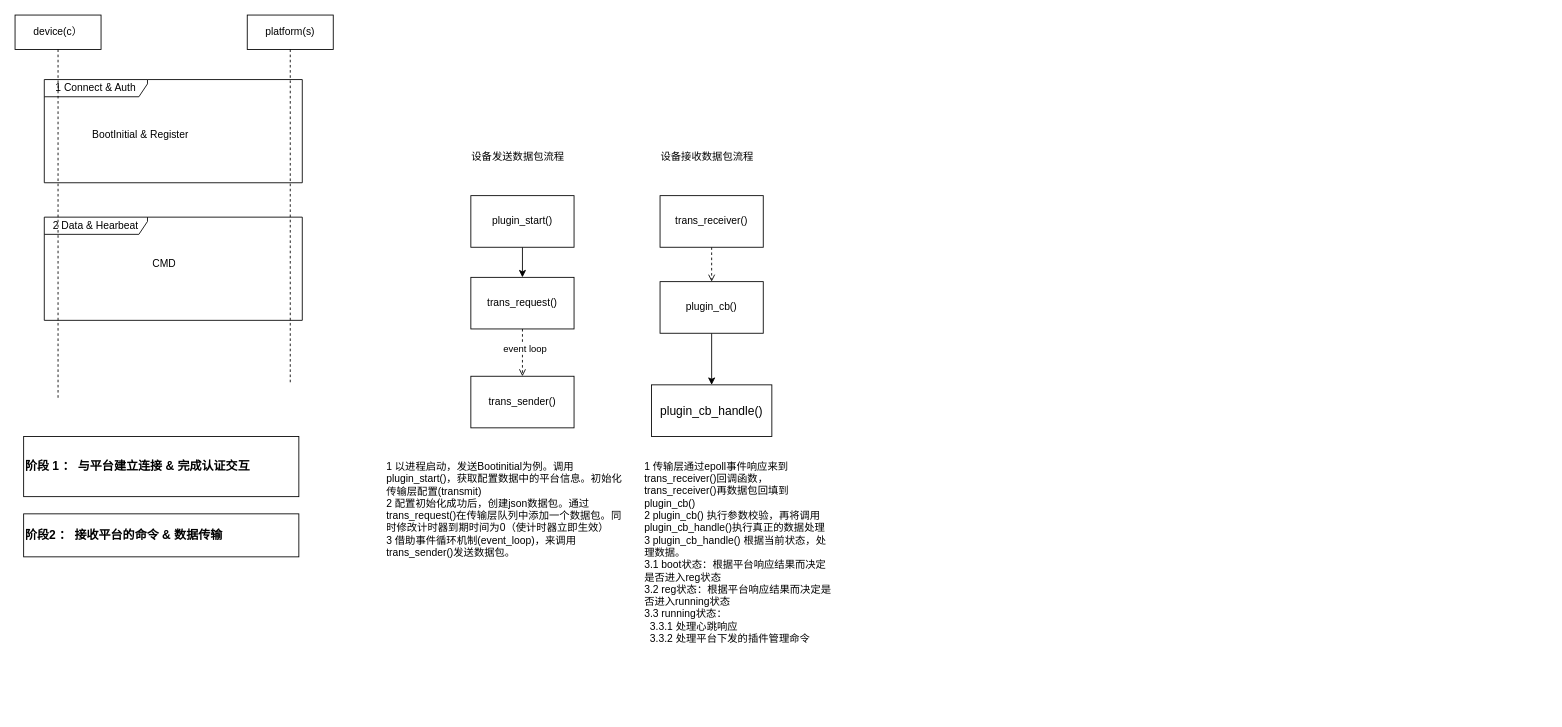
The draw.io diagram page "sequence" (1 of 3) of gw-mtk/mobile_manager.drawio in waterwatermelon/graph, before the edit. Source tidied: cells renumbered, new cells numbered last; positions are measured from the earlier drawing's top-left corner, leaving out a move shared by most shapes. Both pictures are drawn from the tidied source at 86%, with x=0, y=0 at pixel (15, 15).
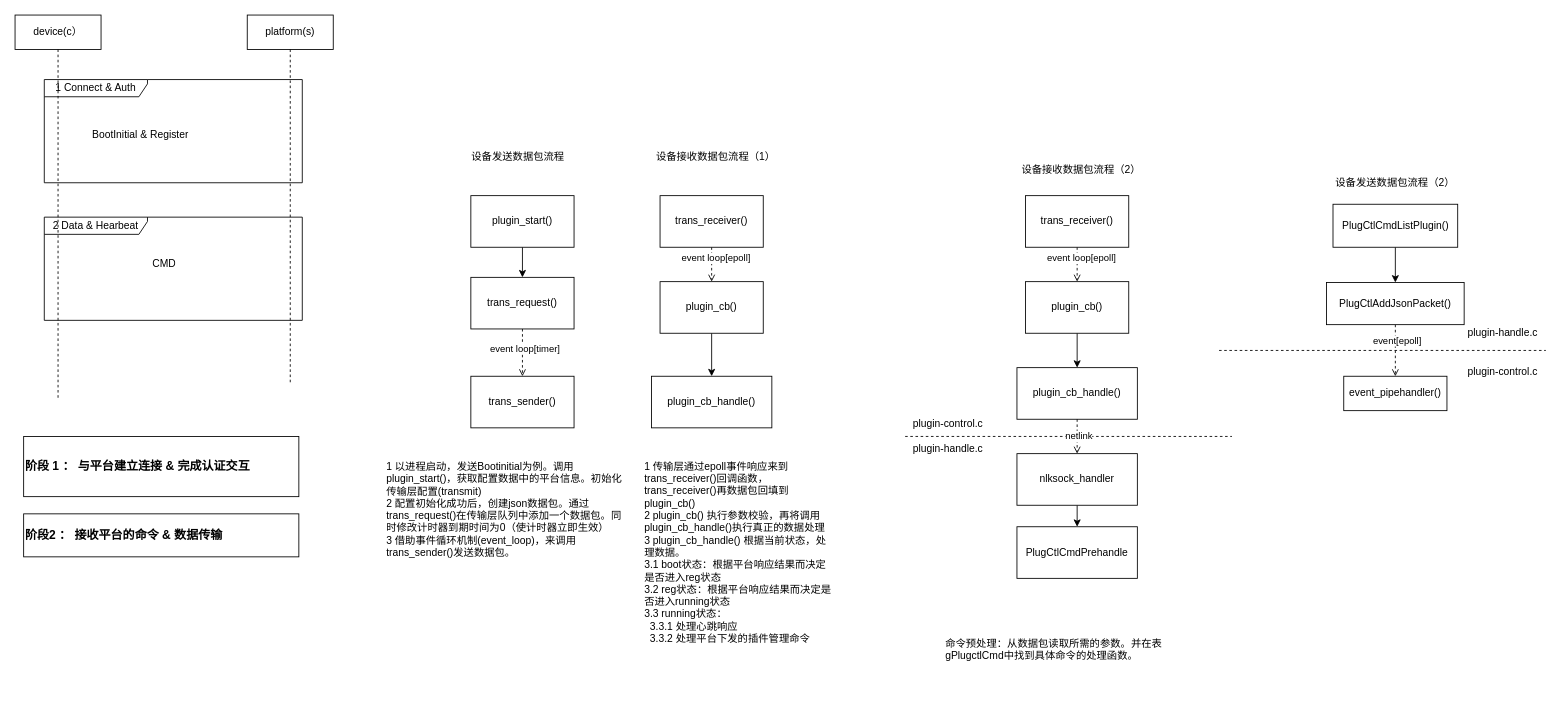
The same page after the edit.

The change refers to these unchanged cells:
```xml
<mxCell id="14" style="edgeStyle=orthogonalEdgeStyle;rounded=0;jettySize=auto;html=1;exitX=0.5;exitY=1;exitDx=0;exitDy=0;entryX=0.5;entryY=0;entryDx=0;entryDy=0;dashed=1;endArrow=open;endFill=0;" parent="1" edge="1" source="16" target="17">
  <mxGeometry relative="1" as="geometry" />
</mxCell>
<mxCell id="18" style="edgeStyle=orthogonalEdgeStyle;rounded=0;jettySize=auto;html=1;exitX=0.5;exitY=1;exitDx=0;exitDy=0;entryX=0.5;entryY=0;entryDx=0;entryDy=0;dashed=1;endArrow=open;endFill=0;" parent="1" edge="1" source="19" target="21">
  <mxGeometry relative="1" as="geometry" />
</mxCell>
```

Change to the diagram source:
```diff
@@
-    <mxCell id="15" value="event loop" style="edgeLabel;html=1;align=center;verticalAlign=middle;" parent="14" vertex="1">
+    <mxCell id="15" value="event loop[timer]" style="edgeLabel;html=1;align=center;verticalAlign=middle;" parent="14" vertex="1">
       <mxGeometry x="-0.2" y="2" relative="1" as="geometry" />
     </mxCell>
@@
+    <mxCell id="27" value="event loop[epoll]" style="edgeLabel;html=1;align=center;verticalAlign=middle;" parent="18" vertex="1">
+      <mxGeometry x="-0.4" y="4" relative="1" as="geometry" />
+    </mxCell>
@@
-    <mxCell id="22" value="&lt;div style=&quot;font-size: 14px; line-height: 19px;&quot;&gt;plugin_cb_handle()&lt;/div&gt;" style="rounded=0;whiteSpace=wrap;html=1;" parent="1" vertex="1">
-      <mxGeometry x="740" y="430" width="140" height="60" as="geometry" />
+    <mxCell id="22" value="&lt;div style=&quot;line-height: 19px;&quot;&gt;&lt;font style=&quot;font-size: 12px;&quot;&gt;plugin_cb_handle()&lt;/font&gt;&lt;/div&gt;" style="rounded=0;whiteSpace=wrap;html=1;" parent="1" vertex="1">
+      <mxGeometry x="740" y="420" width="140" height="60" as="geometry" />
     </mxCell>
@@
-    <mxCell id="24" value="设备接收数据包流程" style="text;html=1;strokeColor=none;fillColor=none;align=center;verticalAlign=middle;whiteSpace=wrap;rounded=0;" parent="1" vertex="1">
-      <mxGeometry x="740" y="150" width="130" height="30" as="geometry" />
+    <mxCell id="24" value="设备接收数据包流程（1）" style="text;html=1;strokeColor=none;fillColor=none;align=center;verticalAlign=middle;whiteSpace=wrap;rounded=0;" parent="1" vertex="1">
+      <mxGeometry x="740" y="150" width="150" height="30" as="geometry" />
     </mxCell>
@@
+    <mxCell id="28" style="edgeStyle=orthogonalEdgeStyle;rounded=0;jettySize=auto;html=1;exitX=0.5;exitY=1;exitDx=0;exitDy=0;entryX=0.5;entryY=0;entryDx=0;entryDy=0;dashed=1;endArrow=open;endFill=0;" parent="1" edge="1" source="30" target="32">
+      <mxGeometry relative="1" as="geometry" />
+    </mxCell>
+    <mxCell id="29" value="event loop[epoll]" style="edgeLabel;html=1;align=center;verticalAlign=middle;" parent="28" vertex="1">
+      <mxGeometry x="-0.4" y="4" relative="1" as="geometry" />
+    </mxCell>
+    <mxCell id="30" value="trans_receiver()" style="rounded=0;whiteSpace=wrap;html=1;" parent="1" vertex="1">
+      <mxGeometry x="1175" y="210" width="120" height="60" as="geometry" />
+    </mxCell>
+    <mxCell id="31" style="edgeStyle=orthogonalEdgeStyle;rounded=0;jettySize=auto;html=1;exitX=0.5;exitY=1;exitDx=0;exitDy=0;entryX=0.5;entryY=0;entryDx=0;entryDy=0;" parent="1" edge="1" source="32" target="33">
+      <mxGeometry relative="1" as="geometry" />
+    </mxCell>
+    <mxCell id="32" value="plugin_cb()" style="rounded=0;whiteSpace=wrap;html=1;" parent="1" vertex="1">
+      <mxGeometry x="1175" y="310" width="120" height="60" as="geometry" />
+    </mxCell>
+    <mxCell id="33" value="&lt;div style=&quot;line-height: 19px;&quot;&gt;&lt;font style=&quot;font-size: 12px;&quot;&gt;plugin_cb_handle()&lt;/font&gt;&lt;/div&gt;" style="rounded=0;whiteSpace=wrap;html=1;" parent="1" vertex="1">
+      <mxGeometry x="1165" y="410" width="140" height="60" as="geometry" />
+    </mxCell>
+    <mxCell id="34" value="设备接收数据包流程（2）" style="text;html=1;strokeColor=none;fillColor=none;align=center;verticalAlign=middle;whiteSpace=wrap;rounded=0;" parent="1" vertex="1">
+      <mxGeometry x="1165" y="165" width="150" height="30" as="geometry" />
+    </mxCell>
+    <mxCell id="35" style="endArrow=none;dashed=1;html=1;rounded=0;" parent="1" edge="1">
+      <mxGeometry relative="1" as="geometry">
+        <mxPoint x="1035" y="490" as="sourcePoint" />
+        <mxPoint x="1415" y="490" as="targetPoint" />
+      </mxGeometry>
+    </mxCell>
+    <mxCell id="36" style="edgeStyle=orthogonalEdgeStyle;rounded=0;jettySize=auto;html=1;exitX=0.5;exitY=1;exitDx=0;exitDy=0;entryX=0.5;entryY=0;entryDx=0;entryDy=0;" parent="1" edge="1" source="37" target="40">
+      <mxGeometry relative="1" as="geometry" />
+    </mxCell>
+    <mxCell id="37" value="&lt;div style=&quot;line-height: 19px;&quot;&gt;nlksock_handler&lt;/div&gt;" style="rounded=0;whiteSpace=wrap;html=1;" parent="1" vertex="1">
+      <mxGeometry x="1165" y="510" width="140" height="60" as="geometry" />
+    </mxCell>
+    <mxCell id="38" style="edgeStyle=orthogonalEdgeStyle;rounded=0;jettySize=auto;html=1;entryX=0.5;entryY=0;entryDx=0;entryDy=0;dashed=1;endArrow=open;endFill=0;exitX=0.5;exitY=1;exitDx=0;exitDy=0;exitPerimeter=0;" parent="1" edge="1" source="33" target="37">
+      <mxGeometry relative="1" as="geometry" />
+    </mxCell>
+    <mxCell id="39" value="netlink" style="edgeLabel;html=1;align=center;verticalAlign=middle;" parent="38" vertex="1">
+      <mxGeometry x="-0.2" y="2" relative="1" as="geometry">
+        <mxPoint x="-1" y="3" as="offset" />
+      </mxGeometry>
+    </mxCell>
+    <mxCell id="40" value="&lt;div style=&quot;line-height: 19px;&quot;&gt;PlugCtlCmdPrehandle&lt;/div&gt;" style="rounded=0;whiteSpace=wrap;html=1;" parent="1" vertex="1">
+      <mxGeometry x="1165" y="595" width="140" height="60" as="geometry" />
+    </mxCell>
+    <mxCell id="41" value="命令预处理：从数据包读取所需的参数。并在表gPlugctlCmd中找到具体命令的处理函数。&lt;br&gt;&lt;br&gt;" style="text;html=1;strokeColor=none;fillColor=none;align=left;verticalAlign=middle;whiteSpace=wrap;rounded=0;" parent="1" vertex="1">
+      <mxGeometry x="1080" y="680" width="290" height="130" as="geometry" />
+    </mxCell>
+    <mxCell id="42" value="plugin-control.c" style="text;html=1;strokeColor=none;fillColor=none;align=center;verticalAlign=middle;whiteSpace=wrap;rounded=0;" parent="1" vertex="1">
+      <mxGeometry x="1035" y="460" width="100" height="30" as="geometry" />
+    </mxCell>
+    <mxCell id="43" value="plugin-handle.c" style="text;html=1;strokeColor=none;fillColor=none;align=center;verticalAlign=middle;whiteSpace=wrap;rounded=0;" parent="1" vertex="1">
+      <mxGeometry x="1035" y="490" width="100" height="30" as="geometry" />
+    </mxCell>
+    <mxCell id="44" style="edgeStyle=orthogonalEdgeStyle;rounded=0;jettySize=auto;html=1;exitX=0.5;exitY=1;exitDx=0;exitDy=0;entryX=0.5;entryY=0;entryDx=0;entryDy=0;" parent="1" edge="1" source="45" target="48">
+      <mxGeometry relative="1" as="geometry" />
+    </mxCell>
+    <mxCell id="45" value="PlugCtlCmdListPlugin()" style="rounded=0;whiteSpace=wrap;html=1;" parent="1" vertex="1">
+      <mxGeometry x="1532.5" y="220" width="145" height="50" as="geometry" />
+    </mxCell>
+    <mxCell id="46" style="edgeStyle=orthogonalEdgeStyle;rounded=0;jettySize=auto;html=1;exitX=0.5;exitY=1;exitDx=0;exitDy=0;entryX=0.5;entryY=0;entryDx=0;entryDy=0;dashed=1;endArrow=open;endFill=0;" parent="1" edge="1" source="48" target="49">
+      <mxGeometry relative="1" as="geometry" />
+    </mxCell>
+    <mxCell id="47" value="event[epoll]" style="edgeLabel;html=1;align=center;verticalAlign=middle;" parent="46" vertex="1">
+      <mxGeometry x="-0.41" y="1" relative="1" as="geometry" />
+    </mxCell>
+    <mxCell id="48" value="PlugCtlAddJsonPacket()" style="rounded=0;whiteSpace=wrap;html=1;" parent="1" vertex="1">
+      <mxGeometry x="1525" y="311" width="160" height="49" as="geometry" />
+    </mxCell>
+    <mxCell id="49" value="event_pipehandler()" style="rounded=0;whiteSpace=wrap;html=1;" parent="1" vertex="1">
+      <mxGeometry x="1545" y="420" width="120" height="40" as="geometry" />
+    </mxCell>
+    <mxCell id="50" value="设备发送数据包流程（2）" style="text;html=1;strokeColor=none;fillColor=none;align=center;verticalAlign=middle;whiteSpace=wrap;rounded=0;" parent="1" vertex="1">
+      <mxGeometry x="1530" y="180" width="150" height="30" as="geometry" />
+    </mxCell>
+    <mxCell id="51" style="endArrow=none;dashed=1;html=1;rounded=0;" parent="1" edge="1">
+      <mxGeometry relative="1" as="geometry">
+        <mxPoint x="1400" y="390" as="sourcePoint" />
+        <mxPoint x="1780" y="390" as="targetPoint" />
+      </mxGeometry>
+    </mxCell>
+    <mxCell id="52" value="plugin-control.c" style="text;html=1;strokeColor=none;fillColor=none;align=center;verticalAlign=middle;whiteSpace=wrap;rounded=0;" parent="1" vertex="1">
+      <mxGeometry x="1680" y="400" width="100" height="30" as="geometry" />
+    </mxCell>
+    <mxCell id="53" value="plugin-handle.c" style="text;html=1;strokeColor=none;fillColor=none;align=center;verticalAlign=middle;whiteSpace=wrap;rounded=0;" parent="1" vertex="1">
+      <mxGeometry x="1680" y="355" width="100" height="30" as="geometry" />
+    </mxCell>
```
